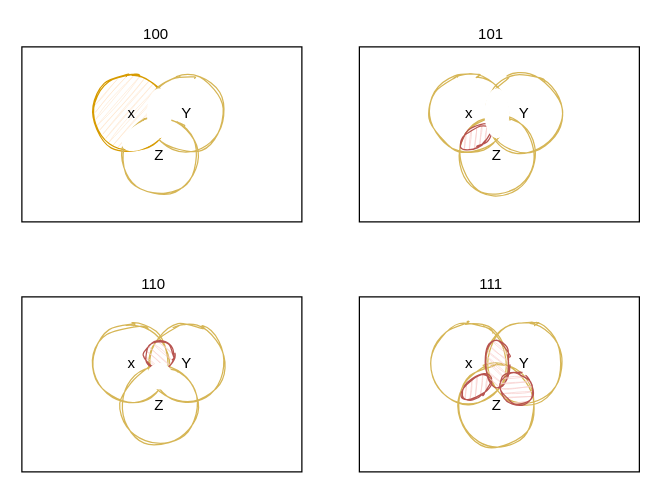
This is page "solution2" (8 of 9) of logicDesign/img/venn/venn.drawio from Asncodes-80/handouting_hws, a draw.io file, before an edit. Source tidied: cells renumbered, new cells numbered last; positions are measured from the earlier drawing's top-left corner, leaving out a move shared by most shapes. Both pictures are drawn from the tidied source at 125%, with x=0, y=0 at pixel (21, 21).
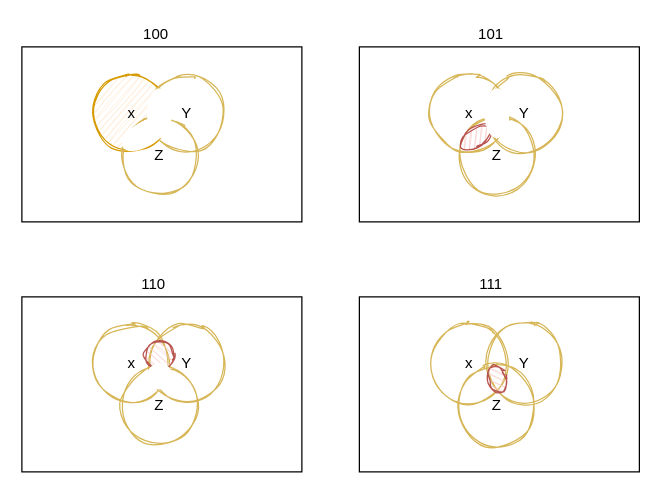
The same diagram, later.

The change refers to these unchanged cells:
```xml
<mxCell id="19" style="group;" parent="1" vertex="1">
  <mxGeometry x="270" y="200" width="224" height="160" as="geometry" />
</mxCell>
```

The edit, as a diff of the source:
```diff
@@
-    <mxCell id="25" style="ellipse;whiteSpace=wrap;html=1;shadow=0;sketch=1;rotation=-215;strokeColor=#b85450;fillColor=#f8cecc;" parent="19" vertex="1">
-      <mxGeometry x="79.1" y="85.1" width="28.7" height="15" as="geometry" />
-    </mxCell>
-    <mxCell id="26" style="ellipse;whiteSpace=wrap;html=1;shadow=0;sketch=1;rotation=90;strokeColor=#b85450;fillColor=#f8cecc;" parent="19" vertex="1">
-      <mxGeometry x="90" y="63.1" width="40" height="20" as="geometry" />
-    </mxCell>
-    <mxCell id="27" style="ellipse;whiteSpace=wrap;html=1;shadow=0;sketch=1;rotation=45;strokeColor=#b85450;fillColor=#f8cecc;" parent="19" vertex="1">
-      <mxGeometry x="111.3" y="80.7" width="28.7" height="24.9" as="geometry" />
+    <mxCell id="27" style="ellipse;whiteSpace=wrap;html=1;shadow=0;sketch=1;rotation=75;strokeColor=#b85450;fillColor=#f8cecc;" parent="19" vertex="1">
+      <mxGeometry x="99" y="78" width="22.4" height="15" as="geometry" />
     </mxCell>
```
